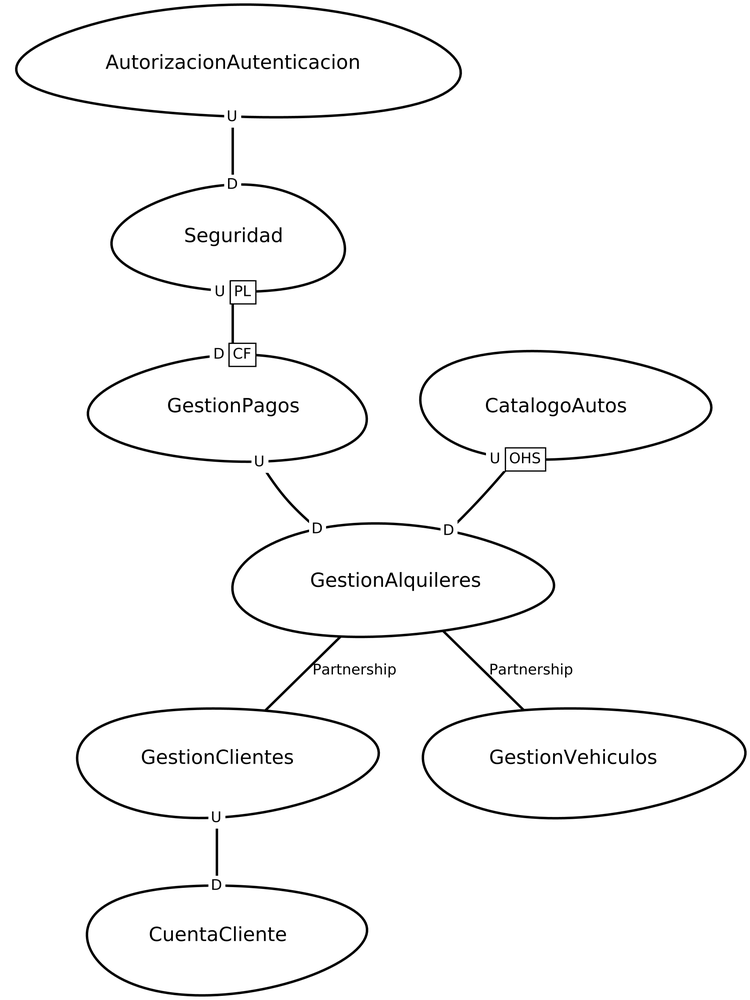
This is src-gen/SalazarAlquiler_ContextMap.png from Rocasari/SWIIISalazarAlquiler, a Graphviz export, as it was before one commit. Its source is kept beside it as src-gen/SalazarAlquiler_ContextMap.gv.
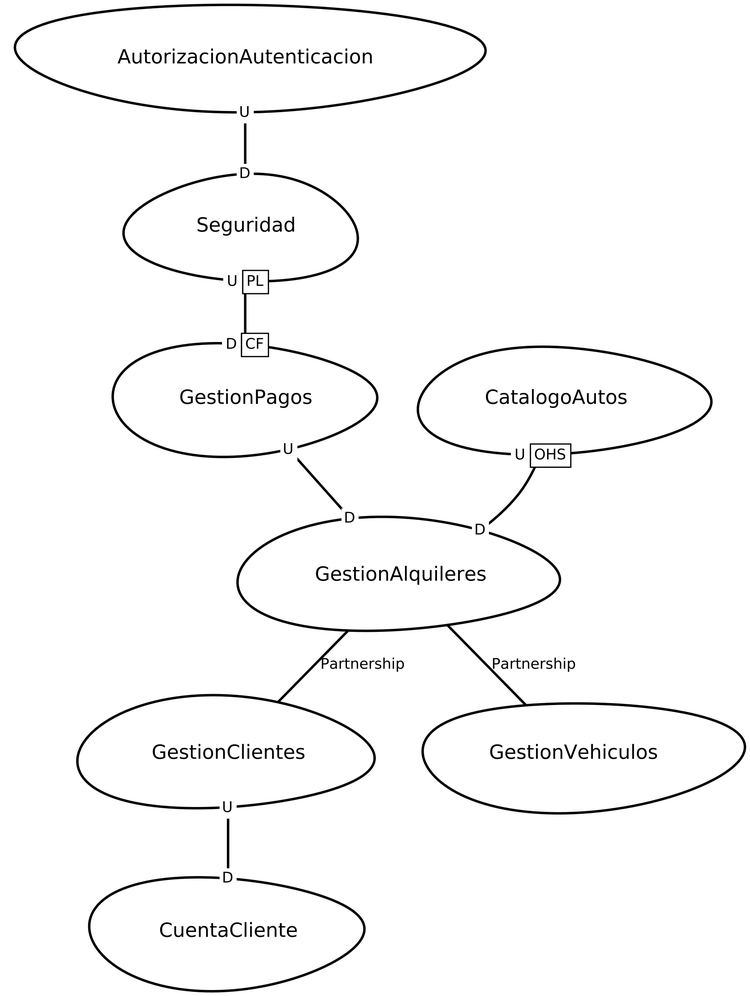
After the commit.

Change to the diagram source:
```diff
@@ -1,13 +1,13 @@
 digraph "ContextMapGraph" {
 graph ["imagepath"="/tmp/GraphvizJava"]
-"AutorizacionAutenticacion" ["margin"="0.3","orientation"="260","shape"="egg","fontsize"="16","style"="bold","label"="AutorizacionAutenticacion\n","fontname"="sans-serif"]
-"Seguridad" ["margin"="0.3","orientation"="28","shape"="egg","fontsize"="16","style"="bold","label"="Seguridad\n","fontname"="sans-serif"]
-"GestionPagos" ["margin"="0.3","orientation"="214","shape"="egg","fontsize"="16","style"="bold","label"="GestionPagos\n","fontname"="sans-serif"]
-"GestionAlquileres" ["margin"="0.3","orientation"="179","shape"="egg","fontsize"="16","style"="bold","label"="GestionAlquileres\n","fontname"="sans-serif"]
-"GestionClientes" ["margin"="0.3","orientation"="124","shape"="egg","fontsize"="16","style"="bold","label"="GestionClientes\n","fontname"="sans-serif"]
-"CuentaCliente" ["margin"="0.3","orientation"="188","shape"="egg","fontsize"="16","style"="bold","label"="CuentaCliente\n","fontname"="sans-serif"]
-"GestionVehiculos" ["margin"="0.3","orientation"="236","shape"="egg","fontsize"="16","style"="bold","label"="GestionVehiculos\n","fontname"="sans-serif"]
-"CatalogoAutos" ["margin"="0.3","orientation"="46","shape"="egg","fontsize"="16","style"="bold","label"="CatalogoAutos\n","fontname"="sans-serif"]
+"AutorizacionAutenticacion" ["margin"="0.3","orientation"="167","shape"="egg","fontsize"="16","style"="bold","label"="AutorizacionAutenticacion\n","fontname"="sans-serif"]
+"Seguridad" ["margin"="0.3","orientation"="21","shape"="egg","fontsize"="16","style"="bold","label"="Seguridad\n","fontname"="sans-serif"]
+"GestionPagos" ["margin"="0.3","orientation"="44","shape"="egg","fontsize"="16","style"="bold","label"="GestionPagos\n","fontname"="sans-serif"]
+"GestionAlquileres" ["margin"="0.3","orientation"="312","shape"="egg","fontsize"="16","style"="bold","label"="GestionAlquileres\n","fontname"="sans-serif"]
+"GestionClientes" ["margin"="0.3","orientation"="2","shape"="egg","fontsize"="16","style"="bold","label"="GestionClientes\n","fontname"="sans-serif"]
+"CuentaCliente" ["margin"="0.3","orientation"="66","shape"="egg","fontsize"="16","style"="bold","label"="CuentaCliente\n","fontname"="sans-serif"]
+"GestionVehiculos" ["margin"="0.3","orientation"="205","shape"="egg","fontsize"="16","style"="bold","label"="GestionVehiculos\n","fontname"="sans-serif"]
+"CatalogoAutos" ["margin"="0.3","orientation"="331","shape"="egg","fontsize"="16","style"="bold","label"="CatalogoAutos\n","fontname"="sans-serif"]
 "AutorizacionAutenticacion" -> "Seguridad" ["headlabel"=<<table cellspacing="0" cellborder="0" border="0">
 <tr><td bgcolor="white">D</td></tr>
 </table>>,"labeldistance"="0","fontsize"="12","taillabel"=<<table cellspacing="0" cellborder="0" border="0">
```
